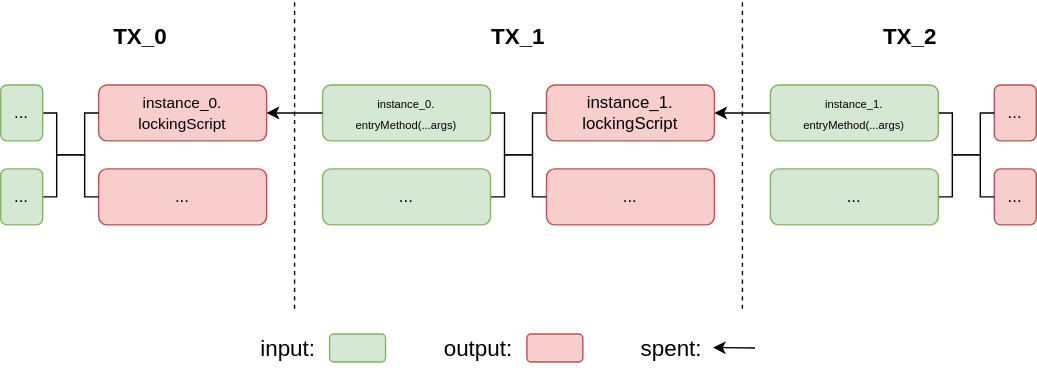
sCrypt-Inc/scryptTS-docs keeps this draw.io diagram as static/img/contract_tx.svg. Above is the earlier version. Source tidied: cells renumbered, new cells last; positions are measured from the earlier drawing's top-left corner, leaving out a move shared by most shapes.
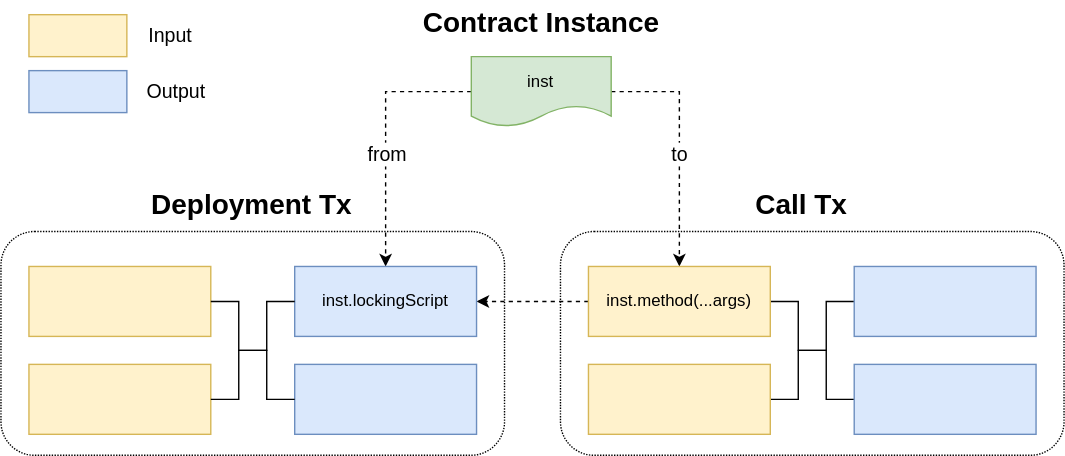
Above is the later version.

Commit message:
add chapter how-to-build-a-contract-tx

What changed in the source:
```diff
@@ -2,158 +2,139 @@
   <root>
     <mxCell id="0" />
     <mxCell id="1" parent="0" />
-    <mxCell id="2" value="&lt;font style=&quot;font-size: 11px;&quot;&gt;instance_0.&lt;br style=&quot;font-size: 11px;&quot;&gt;lockingScript&lt;/font&gt;" style="rounded=1;whiteSpace=wrap;html=1;fillColor=#f8cecc;strokeColor=#b85450;" parent="1" vertex="1">
-      <mxGeometry x="70" y="60" width="120" height="40" as="geometry" />
-    </mxCell>
-    <mxCell id="3" style="edgeStyle=orthogonalEdgeStyle;rounded=0;jettySize=auto;html=1;exitX=1;exitY=0.5;exitDx=0;exitDy=0;entryX=0;entryY=0.5;entryDx=0;entryDy=0;endArrow=none;endFill=0;" parent="1" edge="1" source="4" target="2">
-      <mxGeometry relative="1" as="geometry">
-        <Array as="points">
-          <mxPoint x="40" y="80" />
-          <mxPoint x="40" y="110" />
-          <mxPoint x="60" y="110" />
-          <mxPoint x="60" y="80" />
-        </Array>
-      </mxGeometry>
-    </mxCell>
-    <mxCell id="4" value="..." style="rounded=1;whiteSpace=wrap;html=1;fillColor=#d5e8d4;strokeColor=#82b366;" parent="1" vertex="1">
-      <mxGeometry y="60" width="30" height="40" as="geometry" />
-    </mxCell>
-    <mxCell id="5" style="endArrow=none;dashed=1;html=1;rounded=0;" parent="1" edge="1">
-      <mxGeometry relative="1" as="geometry">
-        <mxPoint x="210" y="220" as="sourcePoint" />
-        <mxPoint x="210" as="targetPoint" />
-      </mxGeometry>
-    </mxCell>
-    <mxCell id="6" value="..." style="rounded=1;whiteSpace=wrap;html=1;fillColor=#f8cecc;strokeColor=#b85450;" parent="1" vertex="1">
-      <mxGeometry x="70" y="120" width="120" height="40" as="geometry" />
-    </mxCell>
-    <mxCell id="7" style="edgeStyle=orthogonalEdgeStyle;rounded=0;jettySize=auto;html=1;exitX=1;exitY=0.5;exitDx=0;exitDy=0;entryX=0;entryY=0.5;entryDx=0;entryDy=0;endArrow=none;endFill=0;" parent="1" edge="1" source="8" target="6">
-      <mxGeometry relative="1" as="geometry">
-        <Array as="points">
-          <mxPoint x="40" y="140" />
-          <mxPoint x="40" y="110" />
-          <mxPoint x="60" y="110" />
-          <mxPoint x="60" y="140" />
-        </Array>
-      </mxGeometry>
-    </mxCell>
-    <mxCell id="8" value="..." style="rounded=1;whiteSpace=wrap;html=1;fillColor=#d5e8d4;strokeColor=#82b366;" parent="1" vertex="1">
-      <mxGeometry y="120" width="30" height="40" as="geometry" />
-    </mxCell>
-    <mxCell id="9" style="edgeStyle=orthogonalEdgeStyle;rounded=0;jettySize=auto;html=1;exitX=1;exitY=0.5;exitDx=0;exitDy=0;entryX=0;entryY=0.5;entryDx=0;entryDy=0;fontSize=8;startArrow=classic;startFill=1;endArrow=none;endFill=0;" parent="1" edge="1" source="10" target="20">
-      <mxGeometry relative="1" as="geometry" />
-    </mxCell>
-    <mxCell id="10" value="instance_1.&lt;br&gt;lockingScript" style="rounded=1;whiteSpace=wrap;html=1;fillColor=#f8cecc;strokeColor=#b85450;" parent="1" vertex="1">
-      <mxGeometry x="390" y="60" width="120" height="40" as="geometry" />
-    </mxCell>
-    <mxCell id="11" style="edgeStyle=orthogonalEdgeStyle;rounded=0;jettySize=auto;html=1;exitX=1;exitY=0.5;exitDx=0;exitDy=0;entryX=0;entryY=0.5;entryDx=0;entryDy=0;endArrow=none;endFill=0;" parent="1" edge="1" source="12" target="10">
-      <mxGeometry relative="1" as="geometry">
-        <Array as="points">
-          <mxPoint x="360" y="80" />
-          <mxPoint x="360" y="110" />
-          <mxPoint x="380" y="110" />
-          <mxPoint x="380" y="80" />
-        </Array>
-      </mxGeometry>
-    </mxCell>
-    <mxCell id="12" value="&lt;font style=&quot;font-size: 8px;&quot;&gt;instance_0.&lt;br&gt;entryMethod(...args)&lt;/font&gt;" style="rounded=1;whiteSpace=wrap;html=1;fillColor=#d5e8d4;strokeColor=#82b366;" parent="1" vertex="1">
-      <mxGeometry x="230" y="60" width="120" height="40" as="geometry" />
-    </mxCell>
-    <mxCell id="13" value="..." style="rounded=1;whiteSpace=wrap;html=1;fillColor=#f8cecc;strokeColor=#b85450;" parent="1" vertex="1">
-      <mxGeometry x="390" y="120" width="120" height="40" as="geometry" />
-    </mxCell>
-    <mxCell id="14" style="edgeStyle=orthogonalEdgeStyle;rounded=0;jettySize=auto;html=1;exitX=1;exitY=0.5;exitDx=0;exitDy=0;entryX=0;entryY=0.5;entryDx=0;entryDy=0;endArrow=none;endFill=0;" parent="1" edge="1" source="15" target="13">
-      <mxGeometry relative="1" as="geometry">
-        <Array as="points">
-          <mxPoint x="360" y="140" />
-          <mxPoint x="360" y="110" />
-          <mxPoint x="380" y="110" />
-          <mxPoint x="380" y="140" />
-        </Array>
-      </mxGeometry>
-    </mxCell>
-    <mxCell id="15" value="..." style="rounded=1;whiteSpace=wrap;html=1;fillColor=#d5e8d4;strokeColor=#82b366;" parent="1" vertex="1">
-      <mxGeometry x="230" y="120" width="120" height="40" as="geometry" />
-    </mxCell>
-    <mxCell id="16" style="endArrow=none;dashed=1;html=1;rounded=0;" parent="1" edge="1">
-      <mxGeometry relative="1" as="geometry">
-        <mxPoint x="530" y="220" as="sourcePoint" />
-        <mxPoint x="530" as="targetPoint" />
-      </mxGeometry>
-    </mxCell>
-    <mxCell id="17" style="endArrow=none;html=1;rounded=0;fontSize=11;entryX=0;entryY=0.5;entryDx=0;entryDy=0;exitX=1;exitY=0.5;exitDx=0;exitDy=0;endFill=0;startArrow=classic;startFill=1;" parent="1" edge="1" source="2" target="12">
-      <mxGeometry relative="1" as="geometry" />
-    </mxCell>
-    <mxCell id="18" value="..." style="rounded=1;whiteSpace=wrap;html=1;fillColor=#f8cecc;strokeColor=#b85450;" parent="1" vertex="1">
-      <mxGeometry x="710" y="60" width="30" height="40" as="geometry" />
-    </mxCell>
-    <mxCell id="19" style="edgeStyle=orthogonalEdgeStyle;rounded=0;jettySize=auto;html=1;exitX=1;exitY=0.5;exitDx=0;exitDy=0;entryX=0;entryY=0.5;entryDx=0;entryDy=0;endArrow=none;endFill=0;" parent="1" edge="1" source="20" target="18">
-      <mxGeometry relative="1" as="geometry">
-        <Array as="points">
-          <mxPoint x="680" y="80" />
-          <mxPoint x="680" y="110" />
-          <mxPoint x="700" y="110" />
-          <mxPoint x="700" y="80" />
-        </Array>
-      </mxGeometry>
-    </mxCell>
-    <mxCell id="20" value="&lt;font style=&quot;font-size: 8px;&quot;&gt;instance_1.&lt;br&gt;entryMethod(...args)&lt;/font&gt;" style="rounded=1;whiteSpace=wrap;html=1;fillColor=#d5e8d4;strokeColor=#82b366;" parent="1" vertex="1">
-      <mxGeometry x="550" y="60" width="120" height="40" as="geometry" />
-    </mxCell>
-    <mxCell id="21" value="..." style="rounded=1;whiteSpace=wrap;html=1;fillColor=#f8cecc;strokeColor=#b85450;" parent="1" vertex="1">
-      <mxGeometry x="710" y="120" width="30" height="40" as="geometry" />
-    </mxCell>
-    <mxCell id="22" style="edgeStyle=orthogonalEdgeStyle;rounded=0;jettySize=auto;html=1;exitX=1;exitY=0.5;exitDx=0;exitDy=0;entryX=0;entryY=0.5;entryDx=0;entryDy=0;endArrow=none;endFill=0;" parent="1" edge="1" source="23" target="21">
-      <mxGeometry relative="1" as="geometry">
-        <Array as="points">
-          <mxPoint x="680" y="140" />
-          <mxPoint x="680" y="110" />
-          <mxPoint x="700" y="110" />
-          <mxPoint x="700" y="140" />
-        </Array>
-      </mxGeometry>
-    </mxCell>
-    <mxCell id="23" value="..." style="rounded=1;whiteSpace=wrap;html=1;fillColor=#d5e8d4;strokeColor=#82b366;" parent="1" vertex="1">
-      <mxGeometry x="550" y="120" width="120" height="40" as="geometry" />
-    </mxCell>
-    <mxCell id="24" value="TX_0" style="text;html=1;strokeColor=none;fillColor=none;align=center;verticalAlign=middle;whiteSpace=wrap;rounded=0;fontSize=16;fontStyle=1;" parent="1" vertex="1">
-      <mxGeometry x="70" y="10" width="60" height="30" as="geometry" />
-    </mxCell>
-    <mxCell id="25" value="TX_1" style="text;html=1;strokeColor=none;fillColor=none;align=center;verticalAlign=middle;whiteSpace=wrap;rounded=0;fontSize=16;fontStyle=1;" parent="1" vertex="1">
-      <mxGeometry x="340" y="10" width="60" height="30" as="geometry" />
-    </mxCell>
-    <mxCell id="26" value="&lt;font style=&quot;font-size: 16px;&quot;&gt;TX_2&lt;/font&gt;" style="text;html=1;strokeColor=none;fillColor=none;align=center;verticalAlign=middle;whiteSpace=wrap;rounded=0;fontSize=8;fontStyle=1;" parent="1" vertex="1">
-      <mxGeometry x="620" y="10" width="60" height="30" as="geometry" />
-    </mxCell>
-    <mxCell id="27" style="group;" parent="1" vertex="1">
-      <mxGeometry x="175" y="233" width="100" height="30" as="geometry" />
-    </mxCell>
-    <mxCell id="28" style="rounded=1;whiteSpace=wrap;html=1;fontSize=16;fillColor=#d5e8d4;strokeColor=#82b366;" parent="27" vertex="1">
-      <mxGeometry x="60" y="5" width="40" height="20" as="geometry" />
-    </mxCell>
-    <mxCell id="29" value="input:" style="text;html=1;align=center;verticalAlign=middle;strokeColor=none;fillColor=none;fontSize=16;" parent="27" vertex="1">
-      <mxGeometry width="60" height="30" as="geometry" />
-    </mxCell>
-    <mxCell id="30" style="group;" parent="1" vertex="1">
-      <mxGeometry x="306" y="233" width="110" height="30" as="geometry" />
-    </mxCell>
-    <mxCell id="31" style="rounded=1;whiteSpace=wrap;html=1;fontSize=16;fillColor=#f8cecc;strokeColor=#b85450;" parent="30" vertex="1">
-      <mxGeometry x="70" y="5" width="40" height="20" as="geometry" />
-    </mxCell>
-    <mxCell id="32" value="output:" style="text;html=1;align=center;verticalAlign=middle;strokeColor=none;fillColor=none;fontSize=16;" parent="30" vertex="1">
-      <mxGeometry width="70" height="30" as="geometry" />
-    </mxCell>
-    <mxCell id="33" style="group;" parent="1" vertex="1">
-      <mxGeometry x="444" y="233" width="95" height="30" as="geometry" />
-    </mxCell>
-    <mxCell id="34" value="spent:" style="text;html=1;align=center;verticalAlign=middle;strokeColor=none;fillColor=none;fontSize=16;" parent="33" vertex="1">
-      <mxGeometry width="70" height="30" as="geometry" />
-    </mxCell>
-    <mxCell id="35" style="endArrow=classic;html=1;rounded=0;fontSize=16;" parent="33" edge="1">
-      <mxGeometry relative="1" as="geometry">
-        <mxPoint x="95" y="15" as="sourcePoint" />
-        <mxPoint x="65" y="14.7" as="targetPoint" />
-      </mxGeometry>
-    </mxCell>
+    <mxCell id="36" value="Deployment Tx" style="text;html=1;strokeColor=none;fillColor=none;align=center;verticalAlign=middle;whiteSpace=wrap;rounded=0;fontStyle=1;fontSize=20;" parent="1" vertex="1">
+      <mxGeometry x="72.4" y="300" width="147.2" height="30" as="geometry" />
+    </mxCell>
+    <mxCell id="37" value="Call Tx" style="text;html=1;strokeColor=none;fillColor=none;align=center;verticalAlign=middle;whiteSpace=wrap;rounded=0;fontStyle=1;fontSize=20;" parent="1" vertex="1">
+      <mxGeometry x="496" y="300" width="85" height="30" as="geometry" />
+    </mxCell>
+    <mxCell id="38" style="edgeStyle=orthogonalEdgeStyle;rounded=0;jettySize=auto;html=1;exitX=0;exitY=0.5;exitDx=0;exitDy=0;entryX=0.5;entryY=0;entryDx=0;entryDy=0;fontSize=20;endArrow=classic;endFill=1;dashed=1;" parent="1" edge="1" source="49" target="54">
+      <mxGeometry relative="1" as="geometry" />
+    </mxCell>
+    <mxCell id="39" value="from" style="edgeLabel;html=1;align=center;verticalAlign=middle;fontSize=14;" parent="38" vertex="1">
+      <mxGeometry x="0.09" y="-1" relative="1" as="geometry">
+        <mxPoint x="1" y="5" as="offset" />
+      </mxGeometry>
+    </mxCell>
+    <mxCell id="40" value="to" style="edgeStyle=orthogonalEdgeStyle;rounded=0;jettySize=auto;html=1;exitX=1;exitY=0.5;exitDx=0;exitDy=0;entryX=0.5;entryY=0;entryDx=0;entryDy=0;fontSize=14;endArrow=classic;endFill=1;dashed=1;" parent="1" edge="1" source="49" target="43">
+      <mxGeometry x="0.08" relative="1" as="geometry" />
+    </mxCell>
+    <mxCell id="41" style="edgeStyle=orthogonalEdgeStyle;rounded=0;jettySize=auto;html=1;exitX=0;exitY=0.5;exitDx=0;exitDy=0;entryX=1;entryY=0.5;entryDx=0;entryDy=0;fontSize=20;endArrow=classic;endFill=1;dashed=1;" parent="1" edge="1" source="43" target="54">
+      <mxGeometry relative="1" as="geometry" />
+    </mxCell>
+    <mxCell id="42" style="edgeStyle=orthogonalEdgeStyle;rounded=0;jettySize=auto;html=1;exitX=1;exitY=0.5;exitDx=0;exitDy=0;entryX=0;entryY=0.5;entryDx=0;entryDy=0;fontSize=12;endArrow=none;endFill=0;" parent="1" edge="1" source="43" target="47">
+      <mxGeometry relative="1" as="geometry">
+        <Array as="points">
+          <mxPoint x="536" y="385" />
+          <mxPoint x="536" y="420" />
+          <mxPoint x="556" y="420" />
+          <mxPoint x="556" y="455" />
+        </Array>
+      </mxGeometry>
+    </mxCell>
+    <mxCell id="43" value="inst.method(...args)" style="rounded=0;whiteSpace=wrap;html=1;fillColor=#fff2cc;strokeColor=#d6b656;" parent="1" vertex="1">
+      <mxGeometry x="386" y="360" width="130" height="50" as="geometry" />
+    </mxCell>
+    <mxCell id="44" style="edgeStyle=orthogonalEdgeStyle;rounded=0;jettySize=auto;html=1;exitX=1;exitY=0.5;exitDx=0;exitDy=0;entryX=0;entryY=0.5;entryDx=0;entryDy=0;fontSize=12;endArrow=none;endFill=0;" parent="1" edge="1" source="45" target="46">
+      <mxGeometry relative="1" as="geometry">
+        <Array as="points">
+          <mxPoint x="536" y="455" />
+          <mxPoint x="536" y="420" />
+          <mxPoint x="556" y="420" />
+          <mxPoint x="556" y="385" />
+        </Array>
+      </mxGeometry>
+    </mxCell>
+    <mxCell id="45" style="rounded=0;whiteSpace=wrap;html=1;fillColor=#fff2cc;strokeColor=#d6b656;" parent="1" vertex="1">
+      <mxGeometry x="386" y="430" width="130" height="50" as="geometry" />
+    </mxCell>
+    <mxCell id="46" style="rounded=0;whiteSpace=wrap;html=1;fillColor=#dae8fc;strokeColor=#6c8ebf;" parent="1" vertex="1">
+      <mxGeometry x="576" y="360" width="130" height="50" as="geometry" />
+    </mxCell>
+    <mxCell id="47" style="rounded=0;whiteSpace=wrap;html=1;fillColor=#dae8fc;strokeColor=#6c8ebf;" parent="1" vertex="1">
+      <mxGeometry x="576" y="430" width="130" height="50" as="geometry" />
+    </mxCell>
+    <mxCell id="48" style="group;" parent="1" vertex="1">
+      <mxGeometry x="256" y="170" width="192.5" height="90" as="geometry" />
+    </mxCell>
+    <mxCell id="49" value="inst" style="shape=document;whiteSpace=wrap;html=1;boundedLbl=1;fontSize=12;fillColor=#d5e8d4;strokeColor=#82b366;" parent="48" vertex="1">
+      <mxGeometry x="46.2" y="40" width="100" height="50" as="geometry" />
+    </mxCell>
+    <mxCell id="50" value="Contract Instance" style="text;html=1;strokeColor=none;fillColor=none;align=center;verticalAlign=middle;whiteSpace=wrap;rounded=0;fontStyle=1;fontSize=20;" parent="48" vertex="1">
+      <mxGeometry width="192.5" height="30" as="geometry" />
+    </mxCell>
+    <mxCell id="51" style="rounded=1;whiteSpace=wrap;html=1;fontSize=12;fillColor=none;dashed=1;dashPattern=1 1;" parent="1" vertex="1">
+      <mxGeometry x="-34" y="335" width="360" height="160" as="geometry" />
+    </mxCell>
+    <mxCell id="52" style="rounded=0;whiteSpace=wrap;html=1;fillColor=#fff2cc;strokeColor=#d6b656;" parent="1" vertex="1">
+      <mxGeometry x="-14" y="360" width="130" height="50" as="geometry" />
+    </mxCell>
+    <mxCell id="53" style="rounded=0;whiteSpace=wrap;html=1;fillColor=#fff2cc;strokeColor=#d6b656;" parent="1" vertex="1">
+      <mxGeometry x="-14" y="430" width="130" height="50" as="geometry" />
+    </mxCell>
+    <mxCell id="54" value="inst.lockingScript" style="rounded=0;whiteSpace=wrap;html=1;fillColor=#dae8fc;strokeColor=#6c8ebf;" parent="1" vertex="1">
+      <mxGeometry x="176" y="360" width="130" height="50" as="geometry" />
+    </mxCell>
+    <mxCell id="55" style="rounded=0;whiteSpace=wrap;html=1;fillColor=#dae8fc;strokeColor=#6c8ebf;" parent="1" vertex="1">
+      <mxGeometry x="176" y="430" width="130" height="50" as="geometry" />
+    </mxCell>
+    <mxCell id="56" style="group;" parent="1" vertex="1">
+      <mxGeometry x="146" y="395" width="20" height="70" as="geometry" />
+    </mxCell>
+    <mxCell id="57" style="edgeStyle=orthogonalEdgeStyle;rounded=0;orthogonalLoop=1;jettySize=auto;html=1;exitX=1;exitY=0.5;exitDx=0;exitDy=0;entryX=0;entryY=0.5;entryDx=0;entryDy=0;endArrow=none;endFill=0;" parent="56" edge="1">
+      <mxGeometry relative="1" as="geometry">
+        <Array as="points">
+          <mxPoint y="70" />
+          <mxPoint y="35" />
+          <mxPoint x="20" y="35" />
+          <mxPoint x="20" />
+        </Array>
+      </mxGeometry>
+    </mxCell>
+    <mxCell id="58" style="edgeStyle=orthogonalEdgeStyle;rounded=0;orthogonalLoop=1;jettySize=auto;html=1;exitX=1;exitY=0.5;exitDx=0;exitDy=0;entryX=0;entryY=0.5;entryDx=0;entryDy=0;endArrow=none;endFill=0;" parent="56" edge="1">
+      <mxGeometry relative="1" as="geometry">
+        <Array as="points">
+          <mxPoint />
+          <mxPoint y="35" />
+          <mxPoint x="20" y="35" />
+          <mxPoint x="20" y="70" />
+        </Array>
+      </mxGeometry>
+    </mxCell>
+    <mxCell id="59" style="edgeStyle=orthogonalEdgeStyle;rounded=0;jettySize=auto;html=1;exitX=1;exitY=0.5;exitDx=0;exitDy=0;entryX=0;entryY=0.5;entryDx=0;entryDy=0;endArrow=none;endFill=0;" parent="1" edge="1" source="53" target="54">
+      <mxGeometry relative="1" as="geometry">
+        <Array as="points">
+          <mxPoint x="136" y="455" />
+          <mxPoint x="136" y="420" />
+          <mxPoint x="156" y="420" />
+          <mxPoint x="156" y="385" />
+        </Array>
+      </mxGeometry>
+    </mxCell>
+    <mxCell id="60" style="edgeStyle=orthogonalEdgeStyle;rounded=0;jettySize=auto;html=1;exitX=1;exitY=0.5;exitDx=0;exitDy=0;entryX=0;entryY=0.5;entryDx=0;entryDy=0;endArrow=none;endFill=0;" parent="1" edge="1" source="52" target="55">
+      <mxGeometry relative="1" as="geometry">
+        <Array as="points">
+          <mxPoint x="136" y="385" />
+          <mxPoint x="136" y="420" />
+          <mxPoint x="156" y="420" />
+          <mxPoint x="156" y="455" />
+        </Array>
+      </mxGeometry>
+    </mxCell>
+    <mxCell id="61" style="rounded=1;whiteSpace=wrap;html=1;fontSize=12;fillColor=none;dashed=1;dashPattern=1 1;" parent="1" vertex="1">
+      <mxGeometry x="366" y="335" width="360" height="160" as="geometry" />
+    </mxCell>
+    <mxCell id="62" style="rounded=0;whiteSpace=wrap;html=1;fontSize=12;fillColor=#fff2cc;strokeColor=#d6b656;" parent="1" vertex="1">
+      <mxGeometry x="-14" y="180" width="70" height="30" as="geometry" />
+    </mxCell>
+    <mxCell id="63" value="&lt;font style=&quot;font-size: 14px;&quot;&gt;&amp;nbsp; &amp;nbsp;Input&lt;/font&gt;" style="text;html=1;align=center;verticalAlign=middle;strokeColor=none;fillColor=none;fontSize=12;dashed=1;dashPattern=1 1;" parent="1" vertex="1">
+      <mxGeometry x="46" y="180" width="70" height="30" as="geometry" />
+    </mxCell>
+    <mxCell id="64" style="rounded=0;whiteSpace=wrap;html=1;fontSize=12;fillColor=#dae8fc;strokeColor=#6c8ebf;" parent="1" vertex="1">
+      <mxGeometry x="-14" y="220" width="70" height="30" as="geometry" />
+    </mxCell>
+    <mxCell id="65" value="&lt;font style=&quot;font-size: 14px;&quot;&gt;Output&lt;/font&gt;" style="text;html=1;align=center;verticalAlign=middle;strokeColor=none;fillColor=none;fontSize=12;dashed=1;dashPattern=1 1;" parent="1" vertex="1">
+      <mxGeometry x="56" y="220" width="70" height="30" as="geometry" />
+    </mxCell>
   </root>
 </mxGraphModel>
```
